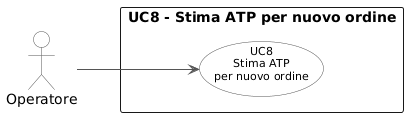
Above: img/usecase/uc8.png in Faverooo/Tesi-MarcoFavero (PlantUML), before the change.
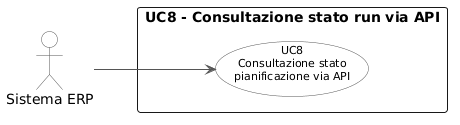
The same file after the commit.

What changed in the source:
```diff
@@ -12,11 +12,11 @@
     BorderColor #555555
 }
 
-actor "Operatore" as op
+actor "Sistema ERP" as erp
 
-rectangle "UC8 - Stima ATP per nuovo ordine" {
-    (UC8\nStima ATP\nper nuovo ordine) as UC8
+rectangle "UC8 - Consultazione stato run via API" {
+    (UC8\nConsultazione stato\npianificazione via API) as UC8
 }
 
-op --> UC8
+erp --> UC8
 @enduml
```
